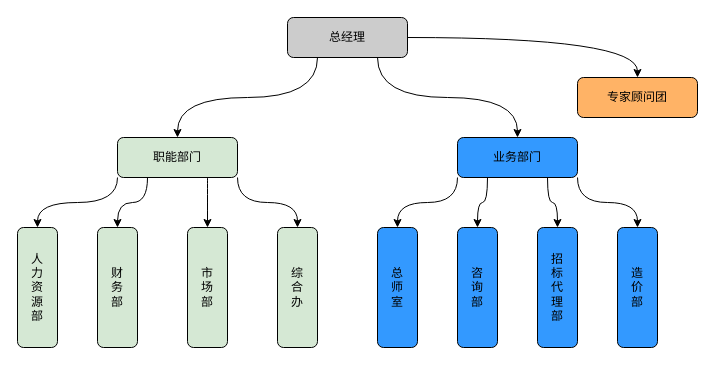
The draw.io diagram 公开招标流程.drawio in 26awen/drawiofiles, before the edit. Source tidied: cells renumbered, new cells numbered last; positions are measured from the earlier drawing's top-left corner, leaving out a move shared by most shapes. Both pictures are drawn from the tidied source at 100%, with x=0, y=0 at pixel (-23, 17).
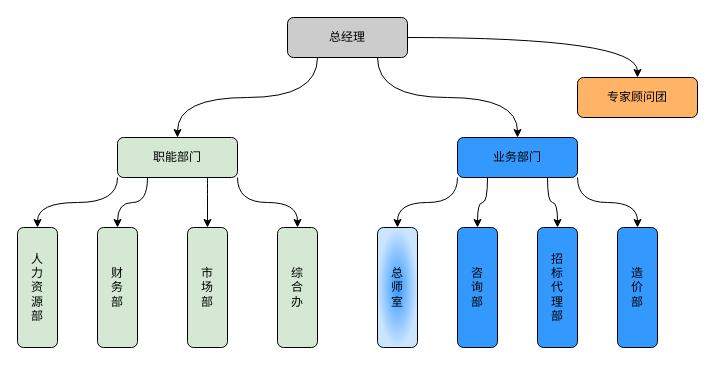
The same page after the edit.

Commit message (it also covers changes not shown here):
更新公开招标流程.drawio

What changed in the source:
```diff
@@
-    <mxCell id="20" value="总&lt;br&gt;师&lt;br&gt;室" style="rounded=1;whiteSpace=wrap;html=1;fillColor=#3399FF;rotation=90;horizontal=0;" parent="1" vertex="1">
+    <mxCell id="20" value="总&lt;br&gt;师&lt;br&gt;室" style="rounded=1;whiteSpace=wrap;html=1;fillColor=#3399FF;rotation=90;horizontal=0;gradientColor=#CCE5FF;gradientDirection=radial;" parent="1" vertex="1">
       <mxGeometry x="360" y="250" width="120" height="40" as="geometry" />
     </mxCell>
```
